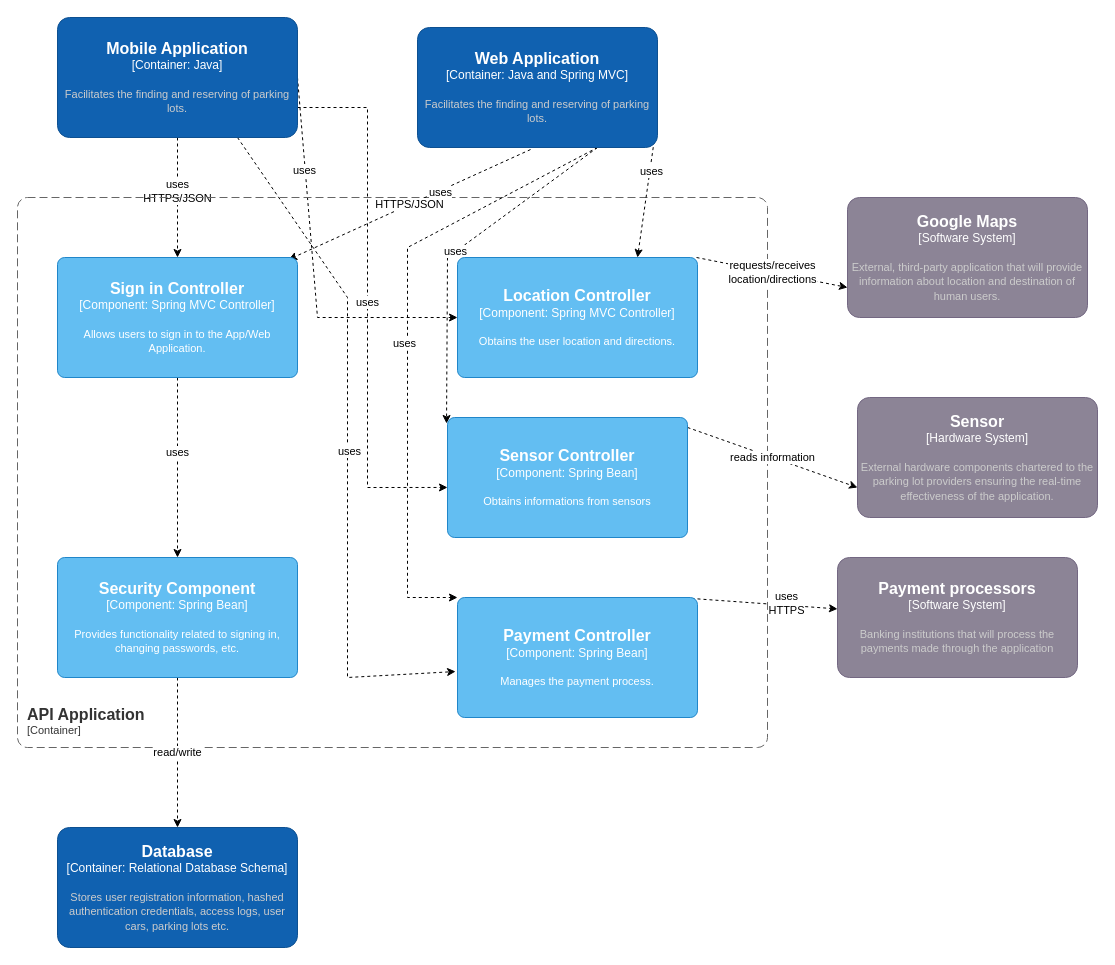
Above: C4-3.drawio in ParkingLotDevOps/Automated-Parking-Lot (draw.io), before the change. Source tidied: cells renumbered, new cells numbered last; positions are measured from the earlier drawing's top-left corner, leaving out a move shared by most shapes. Both pictures are drawn from the tidied source at 100%, with x=0, y=0 at pixel (17, 17).
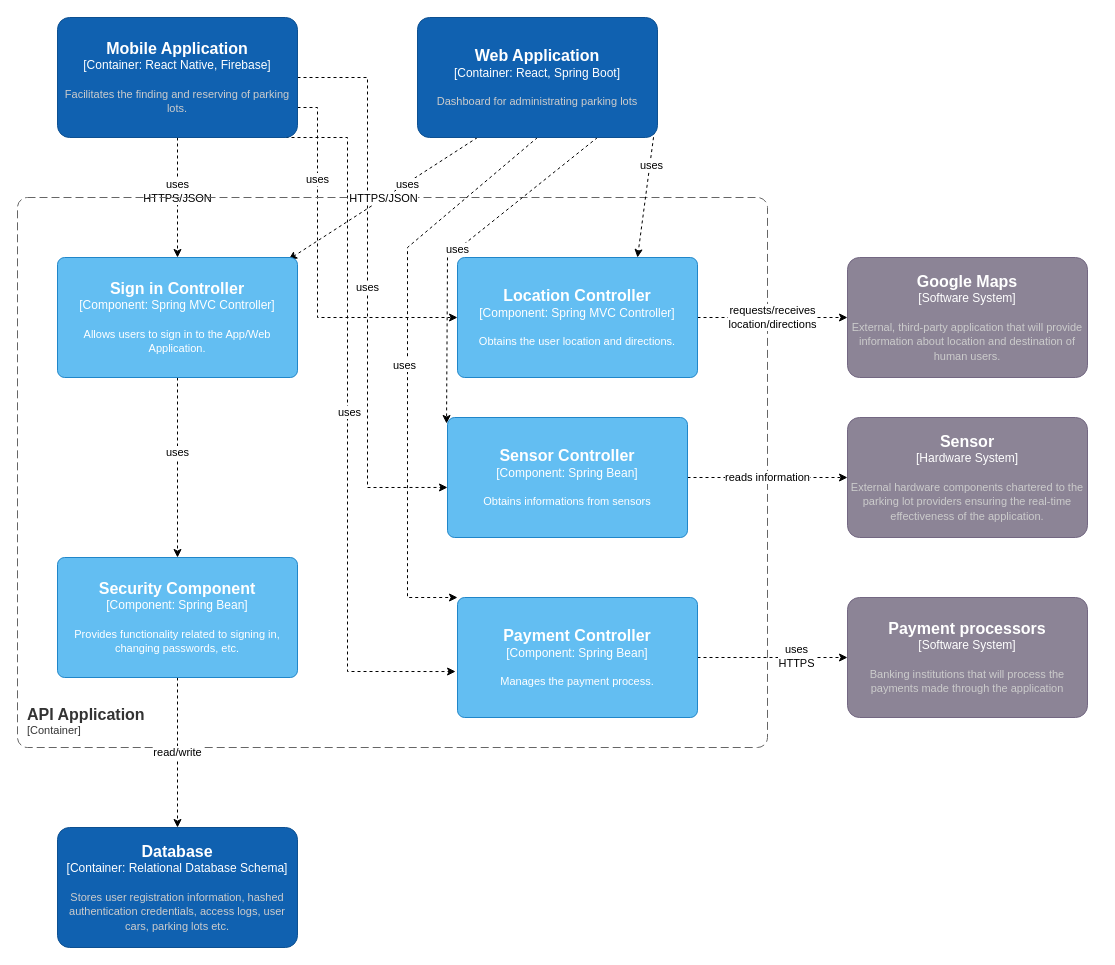
After the change.

Commit message (it also covers changes not shown here):
C4 diagram levels 1 to 4

Unchanged cells that the change refers to:
```xml
<object id="30" label="&lt;font style=&quot;font-size: 16px&quot;&gt;&lt;b&gt;%c4Name%&lt;/b&gt;&lt;/font&gt;&lt;div&gt;[%c4Type%: %c4Technology%]&lt;/div&gt;&lt;br&gt;&lt;div&gt;&lt;font style=&quot;font-size: 11px&quot;&gt;%c4Description%&lt;/font&gt;&lt;/div&gt;" c4Description="Allows users to sign in to the App/Web Application." c4Name="Sign in Controller" c4Technology="Spring MVC Controller" c4Type="Component" placeholders="1">
  <mxCell style="rounded=1;whiteSpace=wrap;html=1;labelBackgroundColor=none;fillColor=#63BEF2;fontColor=#ffffff;align=center;arcSize=6;strokeColor=#2086C9;points=[[0.25,0,0],[0.5,0,0],[0.75,0,0],[1,0.25,0],[1,0.5,0],[1,0.75,0],[0.75,1,0],[0.5,1,0],[0.25,1,0],[0,0.75,0],[0,0.5,0],[0,0.25,0]];" parent="1" vertex="1">
    <mxGeometry x="40" y="240" width="240" height="120" as="geometry" />
  </mxCell>
</object>
<object id="32" label="&lt;font style=&quot;font-size: 16px&quot;&gt;&lt;b&gt;%c4Name%&lt;/b&gt;&lt;/font&gt;&lt;div&gt;[%c4Type%: %c4Technology%]&lt;/div&gt;&lt;br&gt;&lt;div&gt;&lt;font style=&quot;font-size: 11px&quot;&gt;%c4Description%&lt;/font&gt;&lt;/div&gt;" c4Description="Manages the payment process." c4Name="Payment Controller" c4Technology="Spring Bean" c4Type="Component" placeholders="1">
  <mxCell style="rounded=1;whiteSpace=wrap;html=1;labelBackgroundColor=none;fillColor=#63BEF2;fontColor=#ffffff;align=center;arcSize=6;strokeColor=#2086C9;points=[[0.25,0,0],[0.5,0,0],[0.75,0,0],[1,0.25,0],[1,0.5,0],[1,0.75,0],[0.75,1,0],[0.5,1,0],[0.25,1,0],[0,0.75,0],[0,0.5,0],[0,0.25,0]];" parent="1" vertex="1">
    <mxGeometry x="440" y="580" width="240" height="120" as="geometry" />
  </mxCell>
</object>
<object id="33" label="&lt;font style=&quot;font-size: 16px&quot;&gt;&lt;b&gt;%c4Name%&lt;/b&gt;&lt;/font&gt;&lt;div&gt;[%c4Type%: %c4Technology%]&lt;/div&gt;&lt;br&gt;&lt;div&gt;&lt;font style=&quot;font-size: 11px&quot;&gt;%c4Description%&lt;/font&gt;&lt;/div&gt;" c4Description="Obtains informations from sensors" c4Name="Sensor Controller" c4Technology="Spring Bean" c4Type="Component" placeholders="1">
  <mxCell style="rounded=1;whiteSpace=wrap;html=1;labelBackgroundColor=none;fillColor=#63BEF2;fontColor=#ffffff;align=center;arcSize=6;strokeColor=#2086C9;points=[[0.25,0,0],[0.5,0,0],[0.75,0,0],[1,0.25,0],[1,0.5,0],[1,0.75,0],[0.75,1,0],[0.5,1,0],[0.25,1,0],[0,0.75,0],[0,0.5,0],[0,0.25,0]];" parent="1" vertex="1">
    <mxGeometry x="430" y="400" width="240" height="120" as="geometry" />
  </mxCell>
</object>
<object id="34" label="&lt;font style=&quot;font-size: 16px&quot;&gt;&lt;b&gt;%c4Name%&lt;/b&gt;&lt;/font&gt;&lt;div&gt;[%c4Type%: %c4Technology%]&lt;/div&gt;&lt;br&gt;&lt;div&gt;&lt;font style=&quot;font-size: 11px&quot;&gt;%c4Description%&lt;/font&gt;&lt;/div&gt;" c4Description="Obtains the user location and directions." c4Name="Location Controller" c4Technology="Spring MVC Controller" c4Type="Component" placeholders="1">
  <mxCell style="rounded=1;whiteSpace=wrap;html=1;labelBackgroundColor=none;fillColor=#63BEF2;fontColor=#ffffff;align=center;arcSize=6;strokeColor=#2086C9;points=[[0.25,0,0],[0.5,0,0],[0.75,0,0],[1,0.25,0],[1,0.5,0],[1,0.75,0],[0.75,1,0],[0.5,1,0],[0.25,1,0],[0,0.75,0],[0,0.5,0],[0,0.25,0]];" parent="1" vertex="1">
    <mxGeometry x="440" y="240" width="240" height="120" as="geometry" />
  </mxCell>
</object>
```

Diff of the diagram source:
```diff
@@
     <object id="2" label="&lt;font style=&quot;font-size: 16px&quot;&gt;&lt;b&gt;%c4Name%&lt;/b&gt;&lt;/font&gt;&lt;div&gt;[%c4Type%]&lt;/div&gt;&lt;br&gt;&lt;div&gt;&lt;font style=&quot;font-size: 11px&quot;&gt;&lt;font color=&quot;#cccccc&quot;&gt;%c4Description%&lt;/font&gt;&lt;/div&gt;" c4Description="External, third-party application that will provide information about location and destination of human users." c4Name="Google Maps" c4Type="Software System" placeholders="1">
       <mxCell style="rounded=1;whiteSpace=wrap;html=1;labelBackgroundColor=none;fillColor=#8C8496;fontColor=#ffffff;align=center;arcSize=10;strokeColor=#736782;points=[[0.25,0,0],[0.5,0,0],[0.75,0,0],[1,0.25,0],[1,0.5,0],[1,0.75,0],[0.75,1,0],[0.5,1,0],[0.25,1,0],[0,0.75,0],[0,0.5,0],[0,0.25,0]];" parent="1" vertex="1">
-        <mxGeometry x="830" y="180" width="240" height="120" as="geometry" />
+        <mxGeometry x="830" y="240" width="240" height="120" as="geometry" />
       </mxCell>
     </object>
     <object id="3" label="&lt;font style=&quot;font-size: 16px&quot;&gt;&lt;b&gt;%c4Name%&lt;/b&gt;&lt;/font&gt;&lt;div&gt;[%c4Type%]&lt;/div&gt;&lt;br&gt;&lt;div&gt;&lt;font style=&quot;font-size: 11px&quot;&gt;&lt;font color=&quot;#cccccc&quot;&gt;%c4Description%&lt;/font&gt;&lt;/div&gt;" c4Description="Banking institutions that will process the payments made through the application" c4Name="Payment processors" c4Type="Software System" placeholders="1">
       <mxCell style="rounded=1;whiteSpace=wrap;html=1;labelBackgroundColor=none;fillColor=#8C8496;fontColor=#ffffff;align=center;arcSize=10;strokeColor=#736782;points=[[0.25,0,0],[0.5,0,0],[0.75,0,0],[1,0.25,0],[1,0.5,0],[1,0.75,0],[0.75,1,0],[0.5,1,0],[0.25,1,0],[0,0.75,0],[0,0.5,0],[0,0.25,0]];" parent="1" vertex="1">
-        <mxGeometry x="820" y="540" width="240" height="120" as="geometry" />
+        <mxGeometry x="830" y="580" width="240" height="120" as="geometry" />
       </mxCell>
     </object>
@@
     <mxCell id="6" style="edgeStyle=none;rounded=0;jettySize=auto;html=1;exitX=0.75;exitY=1;exitDx=0;exitDy=0;exitPerimeter=0;entryX=-0.008;entryY=0.617;entryDx=0;entryDy=0;entryPerimeter=0;dashed=1;" parent="1" edge="1" source="11" target="32">
       <mxGeometry relative="1" as="geometry">
         <Array as="points">
-          <mxPoint x="330" y="280" />
-          <mxPoint x="330" y="660" />
+          <mxPoint x="330" y="120" />
+          <mxPoint x="330" y="654" />
         </Array>
       </mxGeometry>
     </mxCell>
@@
-    <mxCell id="8" value="uses" style="edgeStyle=none;rounded=0;jettySize=auto;html=1;exitX=1;exitY=0.75;exitDx=0;exitDy=0;exitPerimeter=0;entryX=0;entryY=0.583;entryDx=0;entryDy=0;entryPerimeter=0;dashed=1;" parent="1" edge="1" source="11" target="33">
+    <mxCell id="8" value="uses" style="edgeStyle=none;rounded=0;jettySize=auto;html=1;exitX=1;exitY=0.5;exitDx=0;exitDy=0;exitPerimeter=0;entryX=0;entryY=0.583;entryDx=0;entryDy=0;entryPerimeter=0;dashed=1;" parent="1" edge="1" source="11" target="33">
       <mxGeometry relative="1" as="geometry">
         <Array as="points">
-          <mxPoint x="350" y="90" />
+          <mxPoint x="350" y="60" />
           <mxPoint x="350" y="130" />
           <mxPoint x="350" y="470" />
           <mxPoint x="360" y="470" />
         </Array>
       </mxGeometry>
     </mxCell>
-    <mxCell id="9" style="edgeStyle=none;rounded=0;jettySize=auto;html=1;exitX=1;exitY=0.5;exitDx=0;exitDy=0;exitPerimeter=0;entryX=0;entryY=0.5;entryDx=0;entryDy=0;entryPerimeter=0;dashed=1;" parent="1" edge="1" source="11" target="34">
+    <mxCell id="9" style="edgeStyle=none;rounded=0;jettySize=auto;html=1;exitX=1;exitY=0.75;exitDx=0;exitDy=0;exitPerimeter=0;entryX=0;entryY=0.5;entryDx=0;entryDy=0;entryPerimeter=0;dashed=1;" parent="1" edge="1" source="11" target="34">
       <mxGeometry relative="1" as="geometry">
         <Array as="points">
+          <mxPoint x="300" y="90" />
           <mxPoint x="300" y="300" />
         </Array>
       </mxGeometry>
     </mxCell>
@@
-    <object id="11" label="&lt;font style=&quot;font-size: 16px&quot;&gt;&lt;b&gt;%c4Name%&lt;/b&gt;&lt;/font&gt;&lt;div&gt;[%c4Type%]&lt;/div&gt;&lt;br&gt;&lt;div&gt;&lt;font style=&quot;font-size: 11px&quot;&gt;&lt;font color=&quot;#cccccc&quot;&gt;%c4Description%&lt;/font&gt;&lt;/div&gt;" c4Description="Facilitates the finding and reserving of parking lots." c4Name="Mobile Application" c4Type="Container: Java" placeholders="1">
+    <object id="11" label="&lt;font style=&quot;font-size: 16px&quot;&gt;&lt;b&gt;%c4Name%&lt;/b&gt;&lt;/font&gt;&lt;div&gt;[%c4Type%]&lt;/div&gt;&lt;br&gt;&lt;div&gt;&lt;font style=&quot;font-size: 11px&quot;&gt;&lt;font color=&quot;#cccccc&quot;&gt;%c4Description%&lt;/font&gt;&lt;/div&gt;" c4Description="Facilitates the finding and reserving of parking lots." c4Name="Mobile Application" c4Type="Container: React Native, Firebase" placeholders="1">
       <mxCell style="rounded=1;whiteSpace=wrap;html=1;labelBackgroundColor=none;fillColor=#1061B0;fontColor=#ffffff;align=center;arcSize=10;strokeColor=#0D5091;points=[[0.25,0,0],[0.5,0,0],[0.75,0,0],[1,0.25,0],[1,0.5,0],[1,0.75,0],[0.75,1,0],[0.5,1,0],[0.25,1,0],[0,0.75,0],[0,0.5,0],[0,0.25,0]];" parent="1" vertex="1">
         <mxGeometry x="40" width="240" height="120" as="geometry" />
       </mxCell>
     </object>
     <object id="12" label="&lt;font style=&quot;font-size: 16px&quot;&gt;&lt;b&gt;%c4Name%&lt;/b&gt;&lt;/font&gt;&lt;div&gt;[%c4Type%]&lt;/div&gt;&lt;br&gt;&lt;div&gt;&lt;font style=&quot;font-size: 11px&quot;&gt;&lt;font color=&quot;#cccccc&quot;&gt;%c4Description%&lt;/font&gt;&lt;/div&gt;" c4Description="External hardware components chartered to the parking lot providers ensuring the real-time effectiveness of the application.&#10;" c4Name="Sensor" c4Type="Hardware System" placeholders="1">
       <mxCell style="rounded=1;whiteSpace=wrap;html=1;labelBackgroundColor=none;fillColor=#8C8496;fontColor=#ffffff;align=center;arcSize=10;strokeColor=#736782;points=[[0.25,0,0],[0.5,0,0],[0.75,0,0],[1,0.25,0],[1,0.5,0],[1,0.75,0],[0.75,1,0],[0.5,1,0],[0.25,1,0],[0,0.75,0],[0,0.5,0],[0,0.25,0]];" parent="1" vertex="1">
-        <mxGeometry x="840" y="380" width="240" height="120" as="geometry" />
+        <mxGeometry x="830" y="400" width="240" height="120" as="geometry" />
       </mxCell>
     </object>
@@
-    <mxCell id="14" value="HTTPS/JSON" style="rounded=0;jettySize=auto;html=1;exitX=0.471;exitY=1.017;exitDx=0;exitDy=0;exitPerimeter=0;entryX=0.963;entryY=0.017;entryDx=0;entryDy=0;entryPerimeter=0;dashed=1;" parent="1" edge="1" source="21" target="30">
+    <mxCell id="14" value="HTTPS/JSON" style="rounded=0;jettySize=auto;html=1;exitX=0.25;exitY=1;exitDx=0;exitDy=0;exitPerimeter=0;entryX=0.963;entryY=0.017;entryDx=0;entryDy=0;entryPerimeter=0;dashed=1;" parent="1" edge="1" source="21" target="30">
       <mxGeometry relative="1" as="geometry" />
     </mxCell>
@@
-    <mxCell id="18" style="edgeStyle=none;rounded=0;jettySize=auto;html=1;exitX=0.75;exitY=1;exitDx=0;exitDy=0;exitPerimeter=0;dashed=1;entryX=0;entryY=0;entryDx=0;entryDy=0;entryPerimeter=0;" parent="1" edge="1" source="21" target="32">
+    <mxCell id="18" style="edgeStyle=none;rounded=0;jettySize=auto;html=1;exitX=0.5;exitY=1;exitDx=0;exitDy=0;exitPerimeter=0;dashed=1;entryX=0;entryY=0;entryDx=0;entryDy=0;entryPerimeter=0;" parent="1" edge="1" source="21" target="32">
       <mxGeometry relative="1" as="geometry">
         <Array as="points">
           <mxPoint x="390" y="230" />
           <mxPoint x="390" y="580" />
         </Array>
       </mxGeometry>
     </mxCell>
@@
-    <object id="21" label="&lt;font style=&quot;font-size: 16px&quot;&gt;&lt;b&gt;%c4Name%&lt;/b&gt;&lt;/font&gt;&lt;div&gt;[%c4Type%]&lt;/div&gt;&lt;br&gt;&lt;div&gt;&lt;font style=&quot;font-size: 11px&quot;&gt;&lt;font color=&quot;#cccccc&quot;&gt;%c4Description%&lt;/font&gt;&lt;/div&gt;" c4Description="Facilitates the finding and reserving of parking lots." c4Name="Web Application" c4Type="Container: Java and Spring MVC" placeholders="1">
+    <object id="21" label="&lt;font style=&quot;font-size: 16px&quot;&gt;&lt;b&gt;%c4Name%&lt;/b&gt;&lt;/font&gt;&lt;div&gt;[%c4Type%]&lt;/div&gt;&lt;br&gt;&lt;div&gt;&lt;font style=&quot;font-size: 11px&quot;&gt;&lt;font color=&quot;#cccccc&quot;&gt;%c4Description%&lt;/font&gt;&lt;/div&gt;" c4Description="Dashboard for administrating parking lots" c4Name="Web Application" c4Type="Container: React, Spring Boot" placeholders="1">
       <mxCell style="rounded=1;whiteSpace=wrap;html=1;labelBackgroundColor=none;fillColor=#1061B0;fontColor=#ffffff;align=center;arcSize=10;strokeColor=#0D5091;points=[[0.25,0,0],[0.5,0,0],[0.75,0,0],[1,0.25,0],[1,0.5,0],[1,0.75,0],[0.75,1,0],[0.5,1,0],[0.25,1,0],[0,0.75,0],[0,0.5,0],[0,0.25,0]];" parent="1" vertex="1">
-        <mxGeometry x="400" y="10" width="240" height="120" as="geometry" />
+        <mxGeometry x="400" width="240" height="120" as="geometry" />
       </mxCell>
     </object>
@@
-    <mxCell id="24" value="reads information" style="edgeStyle=none;rounded=0;jettySize=auto;html=1;entryX=0;entryY=0.75;entryDx=0;entryDy=0;entryPerimeter=0;dashed=1;exitX=1;exitY=0.083;exitDx=0;exitDy=0;exitPerimeter=0;" parent="1" edge="1" source="33" target="12">
+    <mxCell id="24" value="reads information" style="edgeStyle=none;rounded=0;jettySize=auto;html=1;entryX=0;entryY=0.5;entryDx=0;entryDy=0;entryPerimeter=0;dashed=1;exitX=1;exitY=0.5;exitDx=0;exitDy=0;exitPerimeter=0;" parent="1" edge="1" source="33" target="12">
       <mxGeometry relative="1" as="geometry" />
     </mxCell>
-    <mxCell id="25" value="requests/receives &lt;br&gt;location/directions" style="edgeStyle=none;rounded=0;jettySize=auto;html=1;entryX=0;entryY=0.75;entryDx=0;entryDy=0;entryPerimeter=0;dashed=1;exitX=0.996;exitY=0;exitDx=0;exitDy=0;exitPerimeter=0;" parent="1" edge="1" source="34" target="2">
+    <mxCell id="25" value="requests/receives &lt;br&gt;location/directions" style="edgeStyle=none;rounded=0;jettySize=auto;html=1;entryX=0;entryY=0.5;entryDx=0;entryDy=0;entryPerimeter=0;dashed=1;exitX=1;exitY=0.5;exitDx=0;exitDy=0;exitPerimeter=0;" parent="1" edge="1" source="34" target="2">
       <mxGeometry relative="1" as="geometry" />
     </mxCell>
-    <mxCell id="26" style="rounded=0;jettySize=auto;html=1;dashed=1;startArrow=none;exitX=0.975;exitY=0.008;exitDx=0;exitDy=0;exitPerimeter=0;" parent="1" edge="1" source="32" target="3">
+    <mxCell id="26" style="rounded=0;jettySize=auto;html=1;dashed=1;startArrow=none;exitX=1;exitY=0.5;exitDx=0;exitDy=0;exitPerimeter=0;" parent="1" edge="1" source="32" target="3">
       <mxGeometry relative="1" as="geometry" />
     </mxCell>
```
